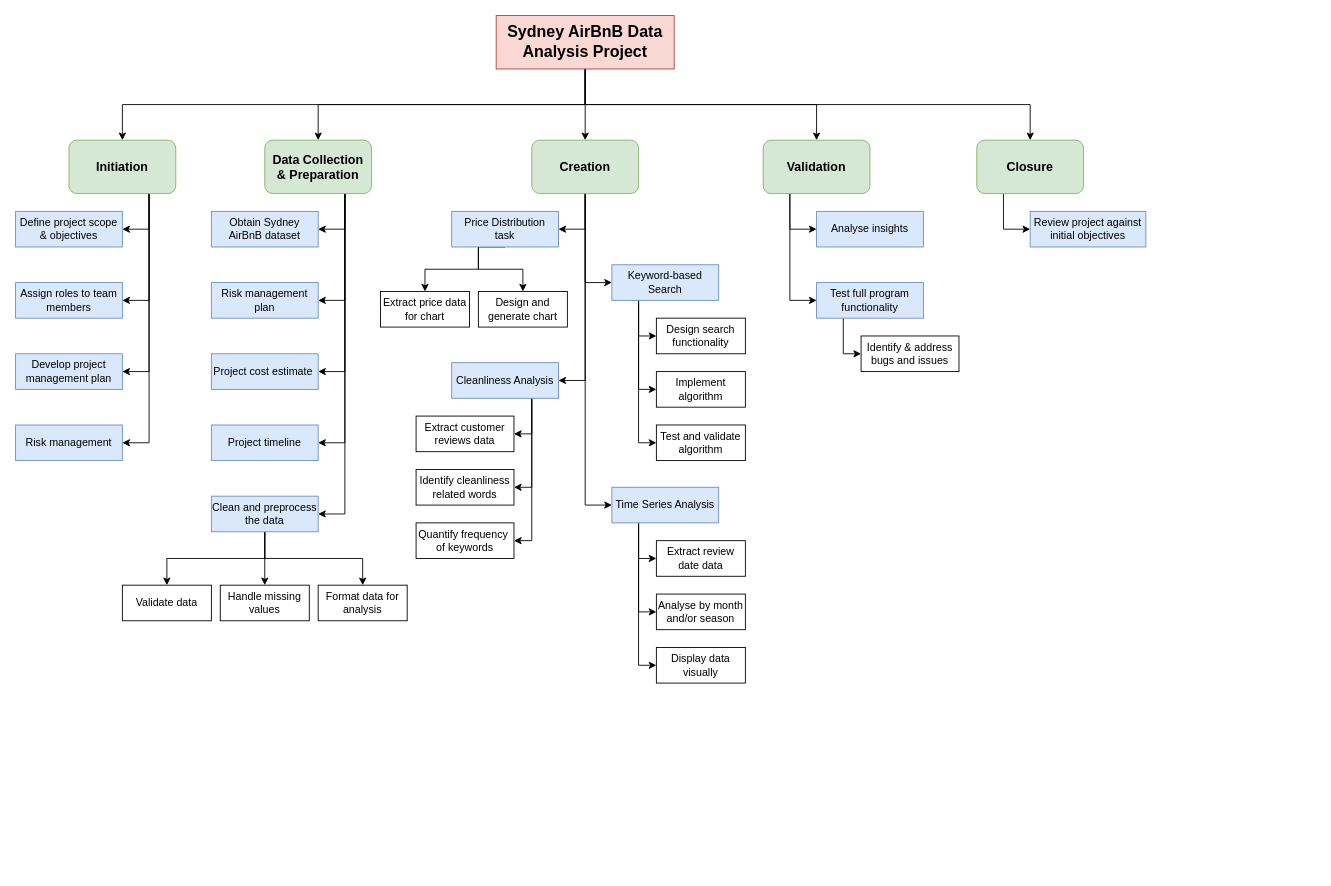
This is WBS.drawio from Giahuy1500/Quiz_week_8, a draw.io file, before an edit. Source tidied: cells renumbered, new cells numbered last; positions are measured from the earlier drawing's top-left corner, leaving out a move shared by most shapes. Both pictures are drawn from the tidied source at 89%, with x=0, y=0 at pixel (15, 15).
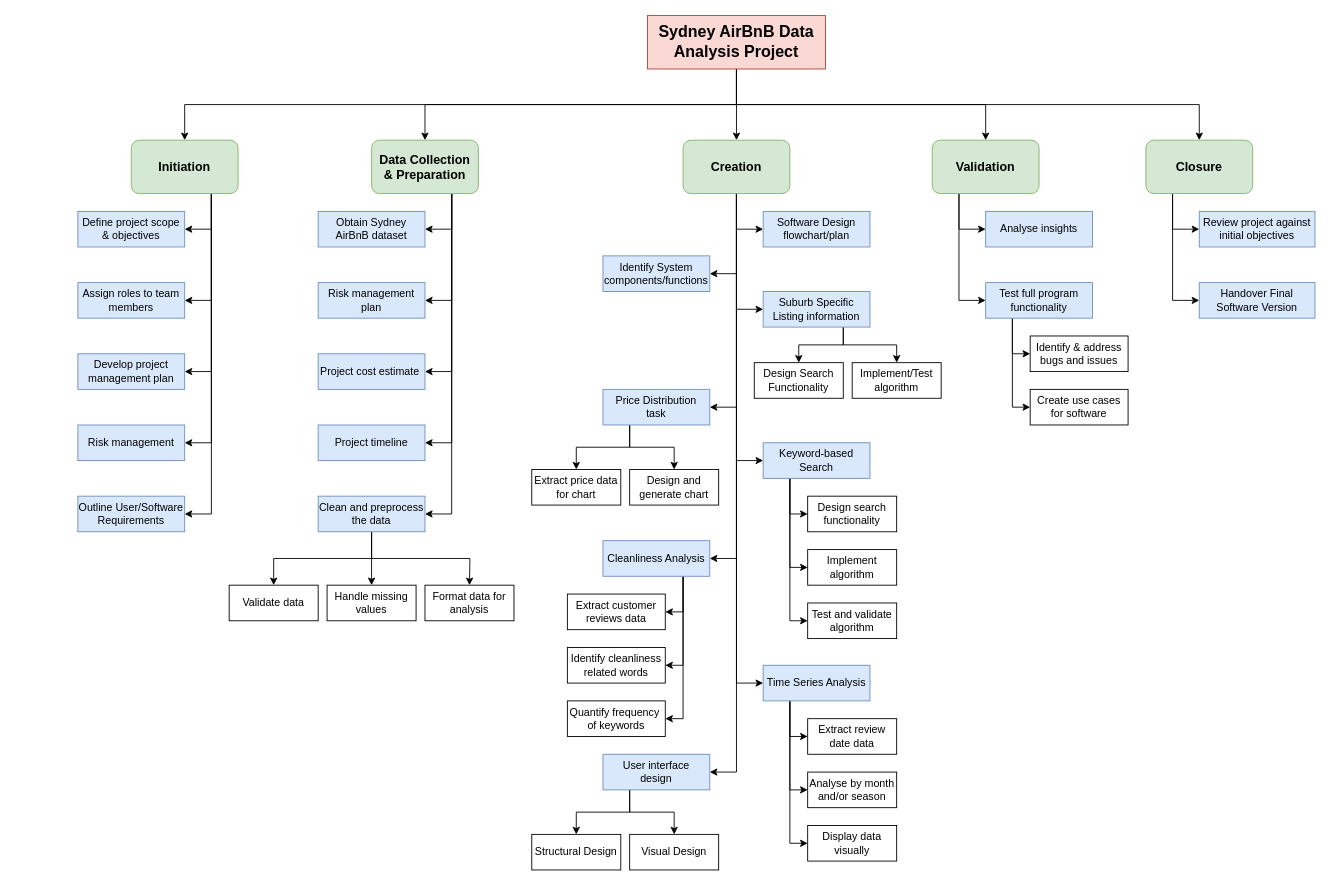
The same page after the edit.

Diff of the diagram source:
```diff
@@
     <mxCell id="7" value="&lt;font style=&quot;font-size: 18px;&quot;&gt;Sydney AirBnB Data Analysis Project&lt;/font&gt;" style="rounded=0;whiteSpace=wrap;html=1;fillColor=#fad9d5;strokeColor=#ae4132;fontStyle=1;" parent="1" vertex="1">
-      <mxGeometry x="540" width="200" height="60" as="geometry" />
+      <mxGeometry x="710" width="200" height="60" as="geometry" />
     </mxCell>
@@
+    <mxCell id="75" style="edgeStyle=orthogonalEdgeStyle;rounded=0;jettySize=auto;html=1;exitX=0.75;exitY=1;exitDx=0;exitDy=0;entryX=1;entryY=0.5;entryDx=0;entryDy=0;" parent="1" edge="1" source="12" target="82">
+      <mxGeometry relative="1" as="geometry" />
+    </mxCell>
     <mxCell id="12" value="&lt;font style=&quot;font-size: 14px;&quot;&gt;Initiation&lt;/font&gt;" style="rounded=1;whiteSpace=wrap;html=1;fillColor=#d5e8d4;strokeColor=#82b366;fontStyle=1;" parent="1" vertex="1">
-      <mxGeometry x="60" y="140" width="120" height="60" as="geometry" />
+      <mxGeometry x="130" y="140" width="120" height="60" as="geometry" />
     </mxCell>
@@
     <mxCell id="18" value="&lt;font style=&quot;font-size: 14px;&quot;&gt;Data Collection &lt;br&gt;&amp;amp; Preparation&lt;/font&gt;" style="rounded=1;whiteSpace=wrap;html=1;fillColor=#d5e8d4;strokeColor=#82b366;fontStyle=1;" parent="1" vertex="1">
-      <mxGeometry x="280" y="140" width="120" height="60" as="geometry" />
+      <mxGeometry x="400" y="140" width="120" height="60" as="geometry" />
     </mxCell>
@@
+    <mxCell id="76" style="edgeStyle=orthogonalEdgeStyle;rounded=0;jettySize=auto;html=1;exitX=0.5;exitY=1;exitDx=0;exitDy=0;entryX=1;entryY=0.5;entryDx=0;entryDy=0;" parent="1" edge="1" source="23" target="88">
+      <mxGeometry relative="1" as="geometry" />
+    </mxCell>
+    <mxCell id="77" style="edgeStyle=orthogonalEdgeStyle;rounded=0;jettySize=auto;html=1;exitX=0.5;exitY=1;exitDx=0;exitDy=0;entryX=1;entryY=0.5;entryDx=0;entryDy=0;" parent="1" edge="1" source="23" target="85">
+      <mxGeometry relative="1" as="geometry" />
+    </mxCell>
+    <mxCell id="78" style="edgeStyle=orthogonalEdgeStyle;rounded=0;jettySize=auto;html=1;exitX=0.5;exitY=1;exitDx=0;exitDy=0;entryX=0;entryY=0.5;entryDx=0;entryDy=0;" parent="1" edge="1" source="23" target="84">
+      <mxGeometry relative="1" as="geometry" />
+    </mxCell>
+    <mxCell id="79" style="edgeStyle=orthogonalEdgeStyle;rounded=0;jettySize=auto;html=1;exitX=0.5;exitY=1;exitDx=0;exitDy=0;entryX=0;entryY=0.5;entryDx=0;entryDy=0;" parent="1" edge="1" source="23" target="94">
+      <mxGeometry relative="1" as="geometry" />
+    </mxCell>
     <mxCell id="23" value="&lt;font style=&quot;font-size: 14px;&quot;&gt;Creation&lt;/font&gt;" style="rounded=1;whiteSpace=wrap;html=1;fontStyle=1;fillColor=#d5e8d4;strokeColor=#82b366;" parent="1" vertex="1">
-      <mxGeometry x="580" y="140" width="120" height="60" as="geometry" />
+      <mxGeometry x="750" y="140" width="120" height="60" as="geometry" />
     </mxCell>
@@
+    <mxCell id="80" style="edgeStyle=orthogonalEdgeStyle;rounded=0;jettySize=auto;html=1;exitX=0.25;exitY=1;exitDx=0;exitDy=0;entryX=0;entryY=0.5;entryDx=0;entryDy=0;" parent="1" edge="1" source="25" target="91">
+      <mxGeometry relative="1" as="geometry" />
+    </mxCell>
     <mxCell id="25" value="&lt;font style=&quot;font-size: 14px;&quot;&gt;Closure&lt;/font&gt;" style="rounded=1;whiteSpace=wrap;html=1;fillColor=#d5e8d4;strokeColor=#82b366;fontStyle=1;" parent="1" vertex="1">
-      <mxGeometry x="1080" y="140" width="120" height="60" as="geometry" />
+      <mxGeometry x="1270" y="140" width="120" height="60" as="geometry" />
     </mxCell>
     <mxCell id="26" value="Define project scope &amp;amp; objectives" style="rounded=0;whiteSpace=wrap;html=1;fillColor=#dae8fc;strokeColor=#6c8ebf;" parent="1" vertex="1">
-      <mxGeometry y="220" width="120" height="40" as="geometry" />
+      <mxGeometry x="70" y="220" width="120" height="40" as="geometry" />
     </mxCell>
     <mxCell id="27" value="Assign roles to team members" style="rounded=0;whiteSpace=wrap;html=1;fillColor=#dae8fc;strokeColor=#6c8ebf;" parent="1" vertex="1">
-      <mxGeometry y="300" width="120" height="40" as="geometry" />
+      <mxGeometry x="70" y="300" width="120" height="40" as="geometry" />
     </mxCell>
     <mxCell id="28" value="Develop project management plan" style="rounded=0;whiteSpace=wrap;html=1;fillColor=#dae8fc;strokeColor=#6c8ebf;" parent="1" vertex="1">
-      <mxGeometry y="380" width="120" height="40" as="geometry" />
+      <mxGeometry x="70" y="380" width="120" height="40" as="geometry" />
     </mxCell>
     <mxCell id="29" value="Obtain Sydney AirBnB dataset" style="rounded=0;whiteSpace=wrap;html=1;fillColor=#dae8fc;strokeColor=#6c8ebf;" parent="1" vertex="1">
-      <mxGeometry x="220" y="220" width="120" height="40" as="geometry" />
+      <mxGeometry x="340" y="220" width="120" height="40" as="geometry" />
     </mxCell>
@@
-    <mxCell id="32" style="edgeStyle=orthogonalEdgeStyle;rounded=0;jettySize=auto;html=1;exitX=0.5;exitY=1;exitDx=0;exitDy=0;" parent="1" edge="1" source="33" target="40">
-      <mxGeometry relative="1" as="geometry" />
+    <mxCell id="32" style="edgeStyle=orthogonalEdgeStyle;rounded=0;jettySize=auto;html=1;exitX=0.5;exitY=1;exitDx=0;exitDy=0;" parent="1" edge="1" source="33">
+      <mxGeometry relative="1" as="geometry">
+        <mxPoint x="510" y="640" as="targetPoint" />
+      </mxGeometry>
     </mxCell>
     <mxCell id="33" value="Clean and preprocess the data" style="rounded=0;whiteSpace=wrap;html=1;fillColor=#dae8fc;strokeColor=#6c8ebf;" parent="1" vertex="1">
-      <mxGeometry x="220" y="540" width="120" height="40" as="geometry" />
+      <mxGeometry x="340" y="540" width="120" height="40" as="geometry" />
     </mxCell>
     <mxCell id="34" value="Project timeline" style="rounded=0;whiteSpace=wrap;html=1;fillColor=#dae8fc;strokeColor=#6c8ebf;" parent="1" vertex="1">
-      <mxGeometry x="220" y="460" width="120" height="40" as="geometry" />
+      <mxGeometry x="340" y="460" width="120" height="40" as="geometry" />
     </mxCell>
     <mxCell id="35" value="Risk management" style="rounded=0;whiteSpace=wrap;html=1;fillColor=#dae8fc;strokeColor=#6c8ebf;" parent="1" vertex="1">
-      <mxGeometry y="460" width="120" height="40" as="geometry" />
+      <mxGeometry x="70" y="460" width="120" height="40" as="geometry" />
     </mxCell>
     <mxCell id="36" value="Validate data" style="rounded=0;whiteSpace=wrap;html=1;" parent="1" vertex="1">
-      <mxGeometry x="120" y="640" width="100" height="40" as="geometry" />
+      <mxGeometry x="240" y="640" width="100" height="40" as="geometry" />
     </mxCell>
     <mxCell id="37" value="Risk management plan" style="rounded=0;whiteSpace=wrap;html=1;fillColor=#dae8fc;strokeColor=#6c8ebf;" parent="1" vertex="1">
-      <mxGeometry x="220" y="300" width="120" height="40" as="geometry" />
+      <mxGeometry x="340" y="300" width="120" height="40" as="geometry" />
     </mxCell>
     <mxCell id="38" value="Project cost estimate&amp;nbsp;" style="rounded=0;whiteSpace=wrap;html=1;fillColor=#dae8fc;strokeColor=#6c8ebf;" parent="1" vertex="1">
-      <mxGeometry x="220" y="380" width="120" height="40" as="geometry" />
+      <mxGeometry x="340" y="380" width="120" height="40" as="geometry" />
     </mxCell>
     <mxCell id="39" value="Handle missing values" style="rounded=0;whiteSpace=wrap;html=1;" parent="1" vertex="1">
-      <mxGeometry x="230" y="640" width="100" height="40" as="geometry" />
+      <mxGeometry x="350" y="640" width="100" height="40" as="geometry" />
     </mxCell>
     <mxCell id="40" value="Format data for analysis" style="rounded=0;whiteSpace=wrap;html=1;" parent="1" vertex="1">
-      <mxGeometry x="340" y="640" width="100" height="40" as="geometry" />
+      <mxGeometry x="460" y="640" width="100" height="40" as="geometry" />
     </mxCell>
+    <mxCell id="42" style="edgeStyle=orthogonalEdgeStyle;rounded=0;jettySize=auto;html=1;exitX=0.25;exitY=1;exitDx=0;exitDy=0;entryX=0.5;entryY=0;entryDx=0;entryDy=0;" parent="1" edge="1" source="43" target="45">
+      <mxGeometry relative="1" as="geometry" />
+    </mxCell>
-    <mxCell id="41" style="edgeStyle=orthogonalEdgeStyle;rounded=0;jettySize=auto;html=1;exitX=0.5;exitY=1;exitDx=0;exitDy=0;entryX=0.5;entryY=0;entryDx=0;entryDy=0;" parent="1" edge="1" source="43" target="44">
-      <mxGeometry relative="1" as="geometry">
-        <Array as="points">
-          <mxPoint x="520" y="260" />
-          <mxPoint x="520" y="285" />
-          <mxPoint x="460" y="285" />
-        </Array>
-      </mxGeometry>
+    <mxCell id="41" style="edgeStyle=orthogonalEdgeStyle;rounded=0;jettySize=auto;html=1;exitX=0.25;exitY=1;exitDx=0;exitDy=0;" parent="1" edge="1" source="43" target="44">
+      <mxGeometry relative="1" as="geometry" />
     </mxCell>
-    <mxCell id="42" style="edgeStyle=orthogonalEdgeStyle;rounded=0;jettySize=auto;html=1;exitX=0.25;exitY=1;exitDx=0;exitDy=0;entryX=0.5;entryY=0;entryDx=0;entryDy=0;" parent="1" edge="1" source="43" target="45">
-      <mxGeometry relative="1" as="geometry" />
-    </mxCell>
     <mxCell id="43" value="Price Distribution &lt;br&gt;task" style="rounded=0;whiteSpace=wrap;html=1;fontStyle=0;fillColor=#dae8fc;strokeColor=#6c8ebf;" parent="1" vertex="1">
-      <mxGeometry x="490" y="220" width="120" height="40" as="geometry" />
+      <mxGeometry x="660" y="420" width="120" height="40" as="geometry" />
     </mxCell>
     <mxCell id="44" value="Extract price data for chart" style="rounded=0;whiteSpace=wrap;html=1;" parent="1" vertex="1">
-      <mxGeometry x="410" y="310" width="100" height="40" as="geometry" />
+      <mxGeometry x="580" y="510" width="100" height="40" as="geometry" />
     </mxCell>
     <mxCell id="45" value="Design and generate chart" style="rounded=0;whiteSpace=wrap;html=1;" parent="1" vertex="1">
-      <mxGeometry x="520" y="310" width="100" height="40" as="geometry" />
+      <mxGeometry x="690" y="510" width="100" height="40" as="geometry" />
     </mxCell>
@@
     <mxCell id="49" value="Keyword-based Search" style="rounded=0;whiteSpace=wrap;html=1;fillColor=#dae8fc;strokeColor=#6c8ebf;" parent="1" vertex="1">
-      <mxGeometry x="670" y="280" width="120" height="40" as="geometry" />
+      <mxGeometry x="840" y="480" width="120" height="40" as="geometry" />
     </mxCell>
     <mxCell id="50" value="Design search functionality" style="rounded=0;whiteSpace=wrap;html=1;" parent="1" vertex="1">
-      <mxGeometry x="720" y="340" width="100" height="40" as="geometry" />
+      <mxGeometry x="890" y="540" width="100" height="40" as="geometry" />
     </mxCell>
     <mxCell id="51" value="Implement algorithm" style="rounded=0;whiteSpace=wrap;html=1;" parent="1" vertex="1">
-      <mxGeometry x="720" y="400" width="100" height="40" as="geometry" />
+      <mxGeometry x="890" y="600" width="100" height="40" as="geometry" />
     </mxCell>
     <mxCell id="52" value="Test and validate algorithm" style="rounded=0;whiteSpace=wrap;html=1;" parent="1" vertex="1">
-      <mxGeometry x="720" y="460" width="100" height="40" as="geometry" />
+      <mxGeometry x="890" y="660" width="100" height="40" as="geometry" />
     </mxCell>
@@
     <mxCell id="56" value="Cleanliness Analysis" style="rounded=0;whiteSpace=wrap;html=1;fillColor=#dae8fc;strokeColor=#6c8ebf;" parent="1" vertex="1">
-      <mxGeometry x="490" y="390" width="120" height="40" as="geometry" />
+      <mxGeometry x="660" y="590" width="120" height="40" as="geometry" />
     </mxCell>
     <mxCell id="57" value="Extract customer reviews data" style="rounded=0;whiteSpace=wrap;html=1;" parent="1" vertex="1">
-      <mxGeometry x="450" y="450" width="110" height="40" as="geometry" />
+      <mxGeometry x="620" y="650" width="110" height="40" as="geometry" />
     </mxCell>
     <mxCell id="58" value="Identify cleanliness related words" style="rounded=0;whiteSpace=wrap;html=1;" parent="1" vertex="1">
-      <mxGeometry x="450" y="510" width="110" height="40" as="geometry" />
+      <mxGeometry x="620" y="710" width="110" height="40" as="geometry" />
     </mxCell>
     <mxCell id="59" value="Quantify frequency&amp;nbsp; of keywords" style="rounded=0;whiteSpace=wrap;html=1;" parent="1" vertex="1">
-      <mxGeometry x="450" y="570" width="110" height="40" as="geometry" />
+      <mxGeometry x="620" y="770" width="110" height="40" as="geometry" />
     </mxCell>
@@
     <mxCell id="63" value="Time Series Analysis" style="rounded=0;whiteSpace=wrap;html=1;fillColor=#dae8fc;strokeColor=#6c8ebf;" parent="1" vertex="1">
-      <mxGeometry x="670" y="530" width="120" height="40" as="geometry" />
+      <mxGeometry x="840" y="730" width="120" height="40" as="geometry" />
     </mxCell>
     <mxCell id="64" value="Extract review date data" style="rounded=0;whiteSpace=wrap;html=1;" parent="1" vertex="1">
-      <mxGeometry x="720" y="590" width="100" height="40" as="geometry" />
+      <mxGeometry x="890" y="790" width="100" height="40" as="geometry" />
     </mxCell>
     <mxCell id="65" value="Analyse by month and/or season" style="rounded=0;whiteSpace=wrap;html=1;" parent="1" vertex="1">
-      <mxGeometry x="720" y="650" width="100" height="40" as="geometry" />
+      <mxGeometry x="890" y="850" width="100" height="40" as="geometry" />
     </mxCell>
     <mxCell id="66" value="Display data visually" style="rounded=0;whiteSpace=wrap;html=1;" parent="1" vertex="1">
-      <mxGeometry x="720" y="710" width="100" height="40" as="geometry" />
+      <mxGeometry x="890" y="910" width="100" height="40" as="geometry" />
     </mxCell>
     <mxCell id="67" value="Review project against initial objectives" style="rounded=0;whiteSpace=wrap;html=1;fillColor=#dae8fc;strokeColor=#6c8ebf;" parent="1" vertex="1">
-      <mxGeometry x="1140" y="220" width="130" height="40" as="geometry" />
+      <mxGeometry x="1330" y="220" width="130" height="40" as="geometry" />
     </mxCell>
@@
     <mxCell id="70" value="&lt;font style=&quot;font-size: 14px;&quot;&gt;Validation&lt;/font&gt;" style="rounded=1;whiteSpace=wrap;html=1;fontStyle=1;fillColor=#d5e8d4;strokeColor=#82b366;" parent="1" vertex="1">
-      <mxGeometry x="840" y="140" width="120" height="60" as="geometry" />
+      <mxGeometry x="1030" y="140" width="120" height="60" as="geometry" />
     </mxCell>
     <mxCell id="71" value="Analyse insights" style="rounded=0;whiteSpace=wrap;html=1;fillColor=#dae8fc;strokeColor=#6c8ebf;" parent="1" vertex="1">
-      <mxGeometry x="900" y="220" width="120" height="40" as="geometry" />
+      <mxGeometry x="1090" y="220" width="120" height="40" as="geometry" />
     </mxCell>
@@
+    <mxCell id="81" style="edgeStyle=orthogonalEdgeStyle;rounded=0;jettySize=auto;html=1;exitX=0.25;exitY=1;exitDx=0;exitDy=0;entryX=0;entryY=0.5;entryDx=0;entryDy=0;" parent="1" edge="1" source="73" target="83">
+      <mxGeometry relative="1" as="geometry" />
+    </mxCell>
     <mxCell id="73" value="Test full program functionality" style="rounded=0;whiteSpace=wrap;html=1;fillColor=#dae8fc;strokeColor=#6c8ebf;" parent="1" vertex="1">
-      <mxGeometry x="900" y="300" width="120" height="40" as="geometry" />
+      <mxGeometry x="1090" y="300" width="120" height="40" as="geometry" />
     </mxCell>
     <mxCell id="74" value="Identify &amp;amp; address bugs and issues" style="rounded=0;whiteSpace=wrap;html=1;" parent="1" vertex="1">
-      <mxGeometry x="950" y="360" width="110" height="40" as="geometry" />
+      <mxGeometry x="1140" y="360" width="110" height="40" as="geometry" />
     </mxCell>
+    <mxCell id="82" value="Outline User/Software Requirements" style="rounded=0;whiteSpace=wrap;html=1;fillColor=#dae8fc;strokeColor=#6c8ebf;" parent="1" vertex="1">
+      <mxGeometry x="70" y="540" width="120" height="40" as="geometry" />
+    </mxCell>
+    <mxCell id="83" value="Create use cases for software" style="rounded=0;whiteSpace=wrap;html=1;" parent="1" vertex="1">
+      <mxGeometry x="1140" y="420" width="110" height="40" as="geometry" />
+    </mxCell>
+    <mxCell id="84" value="Software Design &lt;br&gt;flowchart/plan" style="rounded=0;whiteSpace=wrap;html=1;fontStyle=0;fillColor=#dae8fc;strokeColor=#6c8ebf;" parent="1" vertex="1">
+      <mxGeometry x="840" y="220" width="120" height="40" as="geometry" />
+    </mxCell>
+    <mxCell id="85" value="Identify System components/functions" style="rounded=0;whiteSpace=wrap;html=1;fontStyle=0;fillColor=#dae8fc;strokeColor=#6c8ebf;" parent="1" vertex="1">
+      <mxGeometry x="660" y="270" width="120" height="40" as="geometry" />
+    </mxCell>
+    <mxCell id="86" style="edgeStyle=orthogonalEdgeStyle;rounded=0;jettySize=auto;html=1;exitX=0.25;exitY=1;exitDx=0;exitDy=0;entryX=0.5;entryY=0;entryDx=0;entryDy=0;" parent="1" edge="1" source="88" target="89">
+      <mxGeometry relative="1" as="geometry" />
+    </mxCell>
+    <mxCell id="87" style="edgeStyle=orthogonalEdgeStyle;rounded=0;jettySize=auto;html=1;exitX=0.25;exitY=1;exitDx=0;exitDy=0;entryX=0.5;entryY=0;entryDx=0;entryDy=0;" parent="1" edge="1" source="88" target="90">
+      <mxGeometry relative="1" as="geometry" />
+    </mxCell>
+    <mxCell id="88" value="User interface &lt;br&gt;design" style="rounded=0;whiteSpace=wrap;html=1;fontStyle=0;fillColor=#dae8fc;strokeColor=#6c8ebf;" parent="1" vertex="1">
+      <mxGeometry x="660" y="830" width="120" height="40" as="geometry" />
+    </mxCell>
+    <mxCell id="89" value="Structural Design" style="rounded=0;whiteSpace=wrap;html=1;" parent="1" vertex="1">
+      <mxGeometry x="580" y="920" width="100" height="40" as="geometry" />
+    </mxCell>
+    <mxCell id="90" value="Visual Design" style="rounded=0;whiteSpace=wrap;html=1;" parent="1" vertex="1">
+      <mxGeometry x="690" y="920" width="100" height="40" as="geometry" />
+    </mxCell>
+    <mxCell id="91" value="Handover Final Software Version" style="rounded=0;whiteSpace=wrap;html=1;fillColor=#dae8fc;strokeColor=#6c8ebf;" parent="1" vertex="1">
+      <mxGeometry x="1330" y="300" width="130" height="40" as="geometry" />
+    </mxCell>
+    <mxCell id="92" style="edgeStyle=orthogonalEdgeStyle;rounded=0;jettySize=auto;html=1;exitX=0.75;exitY=1;exitDx=0;exitDy=0;entryX=0.5;entryY=0;entryDx=0;entryDy=0;" parent="1" edge="1" source="94" target="95">
+      <mxGeometry relative="1" as="geometry" />
+    </mxCell>
+    <mxCell id="93" style="edgeStyle=orthogonalEdgeStyle;rounded=0;jettySize=auto;html=1;exitX=0.75;exitY=1;exitDx=0;exitDy=0;entryX=0.5;entryY=0;entryDx=0;entryDy=0;" parent="1" edge="1" source="94" target="96">
+      <mxGeometry relative="1" as="geometry" />
+    </mxCell>
+    <mxCell id="94" value="Suburb Specific Listing information" style="rounded=0;whiteSpace=wrap;html=1;fontStyle=0;fillColor=#dae8fc;strokeColor=#6c8ebf;" parent="1" vertex="1">
+      <mxGeometry x="840" y="310" width="120" height="40" as="geometry" />
+    </mxCell>
+    <mxCell id="95" value="Design Search Functionality" style="rounded=0;whiteSpace=wrap;html=1;" parent="1" vertex="1">
+      <mxGeometry x="830" y="390" width="100" height="40" as="geometry" />
+    </mxCell>
+    <mxCell id="96" value="Implement/Test algorithm" style="rounded=0;whiteSpace=wrap;html=1;" parent="1" vertex="1">
+      <mxGeometry x="940" y="390" width="100" height="40" as="geometry" />
+    </mxCell>
```
